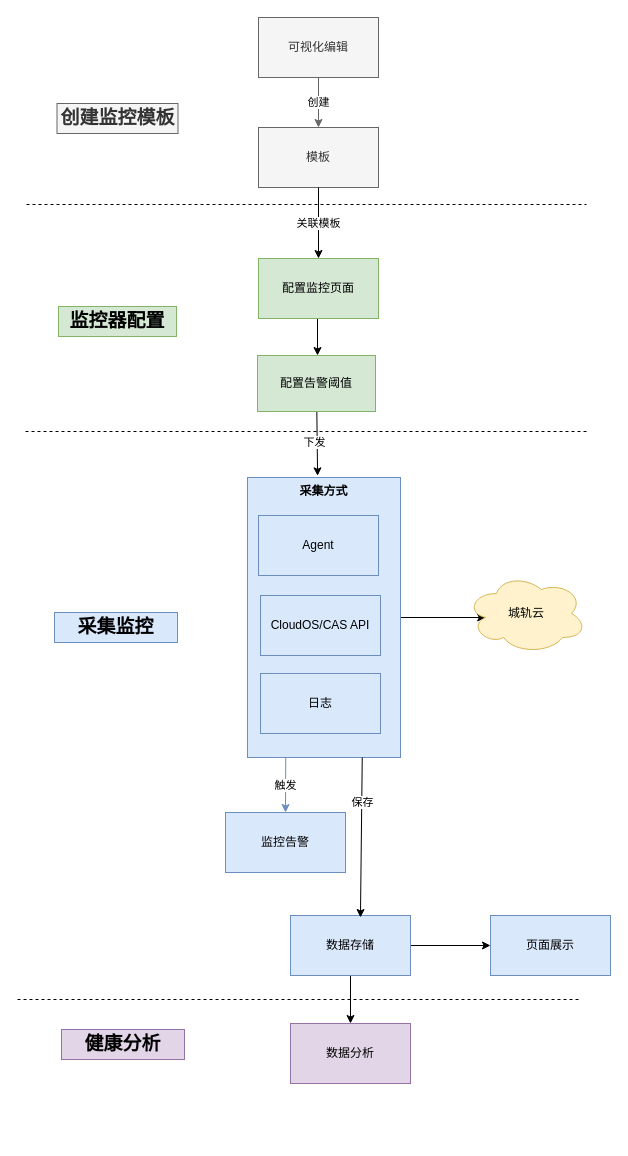
This is page "监控流程" (9 of 20) of biitt/资源编排.drawio from dengkefu/draw.io, a draw.io file, before an edit. Source tidied: cells renumbered, new cells numbered last; positions are measured from the earlier drawing's top-left corner, leaving out a move shared by most shapes. Both pictures are drawn from the tidied source at 100%, with x=0, y=0 at pixel (17, 17).
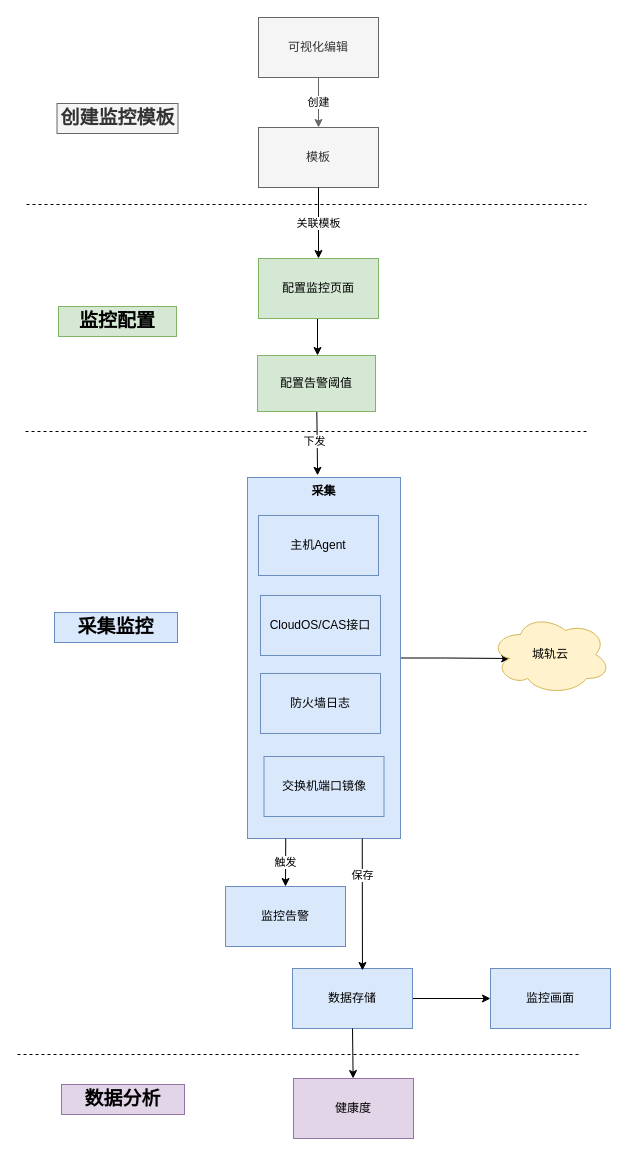
Above is the later version.

What changed in the source:
```diff
@@
-    <mxCell id="3" value="采集方式" style="rounded=0;whiteSpace=wrap;html=1;verticalAlign=top;fontStyle=1;fillColor=#dae8fc;strokeColor=#6c8ebf;" parent="1" vertex="1">
-      <mxGeometry x="230" y="460" width="153" height="280" as="geometry" />
+    <mxCell id="3" value="采集" style="rounded=0;whiteSpace=wrap;html=1;verticalAlign=top;fontStyle=1;fillColor=#dae8fc;strokeColor=#6c8ebf;" parent="1" vertex="1">
+      <mxGeometry x="230" y="460" width="153" height="361" as="geometry" />
     </mxCell>
-    <mxCell id="4" value="CloudOS/CAS API" style="whiteSpace=wrap;html=1;rounded=0;fillColor=#dae8fc;strokeColor=#6c8ebf;" parent="1" vertex="1">
+    <mxCell id="4" value="CloudOS/CAS接口" style="whiteSpace=wrap;html=1;rounded=0;fillColor=#dae8fc;strokeColor=#6c8ebf;" parent="1" vertex="1">
       <mxGeometry x="243" y="578" width="120" height="60" as="geometry" />
     </mxCell>
@@
-    <mxCell id="10" value="Agent" style="rounded=0;whiteSpace=wrap;html=1;fillColor=#dae8fc;strokeColor=#6c8ebf;" parent="1" vertex="1">
+    <mxCell id="10" value="主机Agent" style="rounded=0;whiteSpace=wrap;html=1;fillColor=#dae8fc;strokeColor=#6c8ebf;" parent="1" vertex="1">
       <mxGeometry x="241" y="498" width="120" height="60" as="geometry" />
     </mxCell>
     <mxCell id="11" value="监控告警" style="whiteSpace=wrap;html=1;rounded=0;fillColor=#dae8fc;strokeColor=#6c8ebf;" parent="1" vertex="1">
-      <mxGeometry x="208" y="795" width="120" height="60" as="geometry" />
+      <mxGeometry x="208" y="869" width="120" height="60" as="geometry" />
     </mxCell>
@@
-    <mxCell id="15" value="监控器配置" style="text;html=1;strokeColor=#82b366;fillColor=#d5e8d4;align=center;verticalAlign=middle;whiteSpace=wrap;rounded=0;fontStyle=1;fontSize=19;" parent="1" vertex="1">
+    <mxCell id="15" value="监控配置" style="text;html=1;strokeColor=#82b366;fillColor=#d5e8d4;align=center;verticalAlign=middle;whiteSpace=wrap;rounded=0;fontStyle=1;fontSize=19;" parent="1" vertex="1">
       <mxGeometry x="41" y="289" width="118" height="30" as="geometry" />
     </mxCell>
-    <mxCell id="16" value="触发" style="endArrow=classic;html=1;rounded=0;entryX=0.5;entryY=0;entryDx=0;entryDy=0;fillColor=#dae8fc;strokeColor=#6c8ebf;exitX=0.25;exitY=1;exitDx=0;exitDy=0;" parent="1" edge="1" source="3" target="11">
-      <mxGeometry relative="1" as="geometry" />
-    </mxCell>
@@
-    <mxCell id="18" style="edgeStyle=orthogonalEdgeStyle;rounded=0;jettySize=auto;html=1;" parent="1" edge="1" source="20" target="27">
-      <mxGeometry relative="1" as="geometry" />
-    </mxCell>
@@
     <mxCell id="20" value="数据存储" style="whiteSpace=wrap;html=1;rounded=0;fillColor=#dae8fc;strokeColor=#6c8ebf;" parent="1" vertex="1">
-      <mxGeometry x="273" y="898" width="120" height="60" as="geometry" />
+      <mxGeometry x="275" y="951" width="120" height="60" as="geometry" />
     </mxCell>
-    <mxCell id="21" value="日志" style="whiteSpace=wrap;html=1;rounded=0;fillColor=#dae8fc;strokeColor=#6c8ebf;" parent="1" vertex="1">
+    <mxCell id="21" value="防火墙日志" style="whiteSpace=wrap;html=1;rounded=0;fillColor=#dae8fc;strokeColor=#6c8ebf;" parent="1" vertex="1">
       <mxGeometry x="243" y="656" width="120" height="60" as="geometry" />
     </mxCell>
@@
-    <mxCell id="27" value="数据分析" style="whiteSpace=wrap;html=1;rounded=0;fillColor=#e1d5e7;strokeColor=#9673a6;" parent="1" vertex="1">
-      <mxGeometry x="273" y="1006" width="120" height="60" as="geometry" />
+    <mxCell id="27" value="健康度" style="whiteSpace=wrap;html=1;rounded=0;fillColor=#e1d5e7;strokeColor=#9673a6;" parent="1" vertex="1">
+      <mxGeometry x="276" y="1061" width="120" height="60" as="geometry" />
     </mxCell>
-    <mxCell id="28" value="健康分析" style="text;html=1;strokeColor=#9673a6;fillColor=#e1d5e7;align=center;verticalAlign=middle;whiteSpace=wrap;rounded=0;fontStyle=1;fontSize=19;" parent="1" vertex="1">
-      <mxGeometry x="44" y="1012" width="123" height="30" as="geometry" />
+    <mxCell id="28" value="数据分析" style="text;html=1;strokeColor=#9673a6;fillColor=#e1d5e7;align=center;verticalAlign=middle;whiteSpace=wrap;rounded=0;fontStyle=1;fontSize=19;" parent="1" vertex="1">
+      <mxGeometry x="44" y="1067" width="123" height="30" as="geometry" />
     </mxCell>
     <mxCell id="29" value="城轨云" style="ellipse;shape=cloud;whiteSpace=wrap;html=1;fillColor=#fff2cc;strokeColor=#d6b656;" parent="1" vertex="1">
-      <mxGeometry x="449" y="556" width="120" height="80" as="geometry" />
+      <mxGeometry x="473" y="597" width="120" height="80" as="geometry" />
     </mxCell>
     <mxCell id="30" style="endArrow=none;dashed=1;html=1;rounded=0;" parent="1" edge="1">
       <mxGeometry relative="1" as="geometry">
-        <mxPoint y="982" as="sourcePoint" />
-        <mxPoint x="561" y="982" as="targetPoint" />
+        <mxPoint y="1037" as="sourcePoint" />
+        <mxPoint x="561" y="1037" as="targetPoint" />
       </mxGeometry>
     </mxCell>
@@
-    <mxCell id="32" value="页面展示" style="whiteSpace=wrap;html=1;fillColor=#dae8fc;strokeColor=#6c8ebf;rounded=0;" parent="1" vertex="1">
-      <mxGeometry x="473" y="898" width="120" height="60" as="geometry" />
+    <mxCell id="32" value="监控画面" style="whiteSpace=wrap;html=1;fillColor=#dae8fc;strokeColor=#6c8ebf;rounded=0;" parent="1" vertex="1">
+      <mxGeometry x="473" y="951" width="120" height="60" as="geometry" />
     </mxCell>
+    <mxCell id="33" value="交换机端口镜像" style="whiteSpace=wrap;html=1;rounded=0;fillColor=#dae8fc;strokeColor=#6c8ebf;" parent="1" vertex="1">
+      <mxGeometry x="246.5" y="739" width="120" height="60" as="geometry" />
+    </mxCell>
+    <mxCell id="18" style="endArrow=classic;html=1;rounded=0;exitX=0.5;exitY=1;exitDx=0;exitDy=0;" parent="1" edge="1" source="20" target="27">
+      <mxGeometry relative="1" as="geometry" />
+    </mxCell>
+    <mxCell id="16" value="触发" style="endArrow=classic;html=1;rounded=0;exitX=0.25;exitY=1;exitDx=0;exitDy=0;entryX=0.5;entryY=0;entryDx=0;entryDy=0;" parent="1" edge="1" source="3" target="11">
+      <mxGeometry relative="1" as="geometry" />
+    </mxCell>
```
